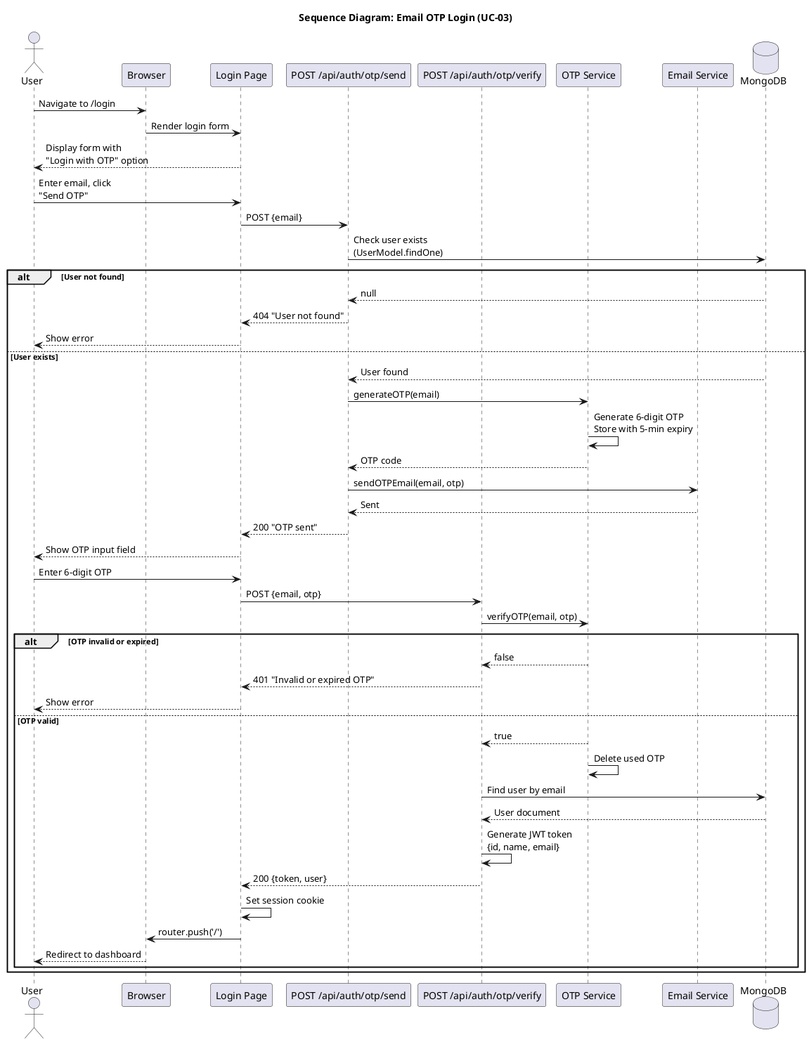
The PlantUML diagram docs/srs/diagrams/seq_otp_login.png in praveen70140/PageForge, before a commit. Its diagram source:
```plantuml
@startuml seq_otp_login

title Sequence Diagram: Email OTP Login (UC-03)

actor "User" as U
participant "Browser" as B
participant "Login Page" as LP
participant "POST /api/auth/otp/send" as SEND
participant "POST /api/auth/otp/verify" as VERIFY
participant "OTP Service" as OTP
participant "Email Service" as EMAIL
database "MongoDB" as DB

U -> B: Navigate to /login
B -> LP: Render login form
LP --> U: Display form with\n"Login with OTP" option

U -> LP: Enter email, click\n"Send OTP"
LP -> SEND: POST {email}
SEND -> DB: Check user exists\n(UserModel.findOne)

alt User not found
  DB --> SEND: null
  SEND --> LP: 404 "User not found"
  LP --> U: Show error
else User exists
  DB --> SEND: User found
  SEND -> OTP: generateOTP(email)
  OTP -> OTP: Generate 6-digit OTP\nStore with 5-min expiry
  OTP --> SEND: OTP code
  SEND -> EMAIL: sendOTPEmail(email, otp)
  EMAIL --> SEND: Sent
  SEND --> LP: 200 "OTP sent"
  LP --> U: Show OTP input field

  U -> LP: Enter 6-digit OTP
  LP -> VERIFY: POST {email, otp}
  VERIFY -> OTP: verifyOTP(email, otp)

  alt OTP invalid or expired
    OTP --> VERIFY: false
    VERIFY --> LP: 401 "Invalid or expired OTP"
    LP --> U: Show error
  else OTP valid
    OTP --> VERIFY: true
    OTP -> OTP: Delete used OTP
    VERIFY -> DB: Find user by email
    DB --> VERIFY: User document
    VERIFY -> VERIFY: Generate JWT token\n{id, name, email}
    VERIFY --> LP: 200 {token, user}
    LP -> LP: Set session cookie
    LP -> B: router.push('/')
    B --> U: Redirect to dashboard
  end
end

@enduml
```
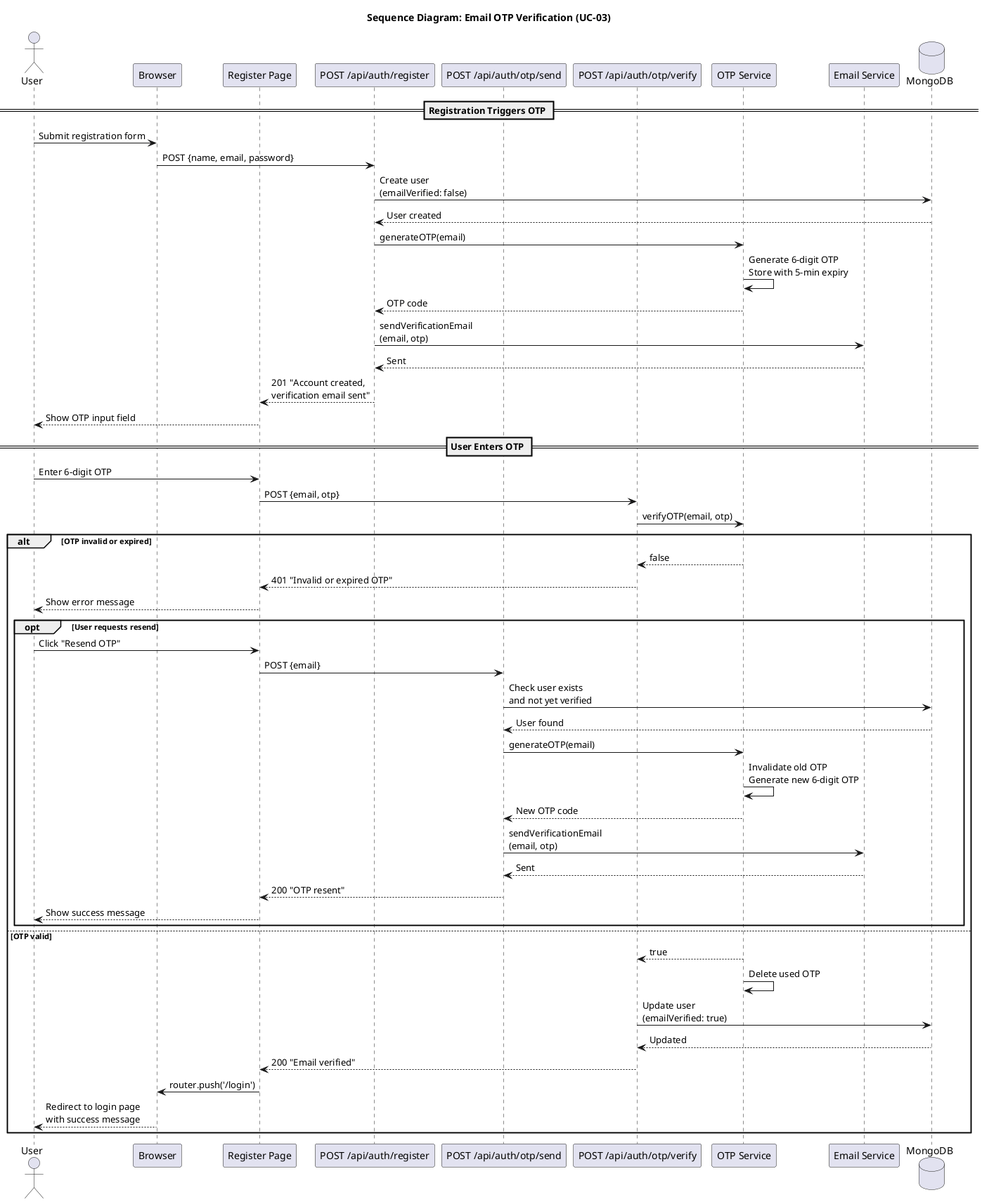
After the change.

Change to the diagram source:
```diff
@@ -1,57 +1,64 @@
 @startuml seq_otp_login
 
-title Sequence Diagram: Email OTP Login (UC-03)
+title Sequence Diagram: Email OTP Verification (UC-03)
 
 actor "User" as U
 participant "Browser" as B
-participant "Login Page" as LP
+participant "Register Page" as RP
+participant "POST /api/auth/register" as REG
 participant "POST /api/auth/otp/send" as SEND
 participant "POST /api/auth/otp/verify" as VERIFY
 participant "OTP Service" as OTP
 participant "Email Service" as EMAIL
 database "MongoDB" as DB
 
-U -> B: Navigate to /login
-B -> LP: Render login form
-LP --> U: Display form with\n"Login with OTP" option
+== Registration Triggers OTP ==
 
-U -> LP: Enter email, click\n"Send OTP"
-LP -> SEND: POST {email}
-SEND -> DB: Check user exists\n(UserModel.findOne)
+U -> B: Submit registration form
+B -> REG: POST {name, email, password}
+REG -> DB: Create user\n(emailVerified: false)
+DB --> REG: User created
+REG -> OTP: generateOTP(email)
+OTP -> OTP: Generate 6-digit OTP\nStore with 5-min expiry
+OTP --> REG: OTP code
+REG -> EMAIL: sendVerificationEmail\n(email, otp)
+EMAIL --> REG: Sent
+REG --> RP: 201 "Account created,\nverification email sent"
+RP --> U: Show OTP input field
 
-alt User not found
-  DB --> SEND: null
-  SEND --> LP: 404 "User not found"
-  LP --> U: Show error
-else User exists
-  DB --> SEND: User found
-  SEND -> OTP: generateOTP(email)
-  OTP -> OTP: Generate 6-digit OTP\nStore with 5-min expiry
-  OTP --> SEND: OTP code
-  SEND -> EMAIL: sendOTPEmail(email, otp)
-  EMAIL --> SEND: Sent
-  SEND --> LP: 200 "OTP sent"
-  LP --> U: Show OTP input field
+== User Enters OTP ==
 
-  U -> LP: Enter 6-digit OTP
-  LP -> VERIFY: POST {email, otp}
-  VERIFY -> OTP: verifyOTP(email, otp)
+U -> RP: Enter 6-digit OTP
+RP -> VERIFY: POST {email, otp}
+VERIFY -> OTP: verifyOTP(email, otp)
 
-  alt OTP invalid or expired
-    OTP --> VERIFY: false
-    VERIFY --> LP: 401 "Invalid or expired OTP"
-    LP --> U: Show error
-  else OTP valid
-    OTP --> VERIFY: true
-    OTP -> OTP: Delete used OTP
-    VERIFY -> DB: Find user by email
-    DB --> VERIFY: User document
-    VERIFY -> VERIFY: Generate JWT token\n{id, name, email}
-    VERIFY --> LP: 200 {token, user}
-    LP -> LP: Set session cookie
-    LP -> B: router.push('/')
-    B --> U: Redirect to dashboard
+alt OTP invalid or expired
+  OTP --> VERIFY: false
+  VERIFY --> RP: 401 "Invalid or expired OTP"
+  RP --> U: Show error message
+
+  opt User requests resend
+    U -> RP: Click "Resend OTP"
+    RP -> SEND: POST {email}
+    SEND -> DB: Check user exists\nand not yet verified
+    DB --> SEND: User found
+    SEND -> OTP: generateOTP(email)
+    OTP -> OTP: Invalidate old OTP\nGenerate new 6-digit OTP
+    OTP --> SEND: New OTP code
+    SEND -> EMAIL: sendVerificationEmail\n(email, otp)
+    EMAIL --> SEND: Sent
+    SEND --> RP: 200 "OTP resent"
+    RP --> U: Show success message
   end
+
+else OTP valid
+  OTP --> VERIFY: true
+  OTP -> OTP: Delete used OTP
+  VERIFY -> DB: Update user\n(emailVerified: true)
+  DB --> VERIFY: Updated
+  VERIFY --> RP: 200 "Email verified"
+  RP -> B: router.push('/login')
+  B --> U: Redirect to login page\nwith success message
 end
 
 @enduml
```
